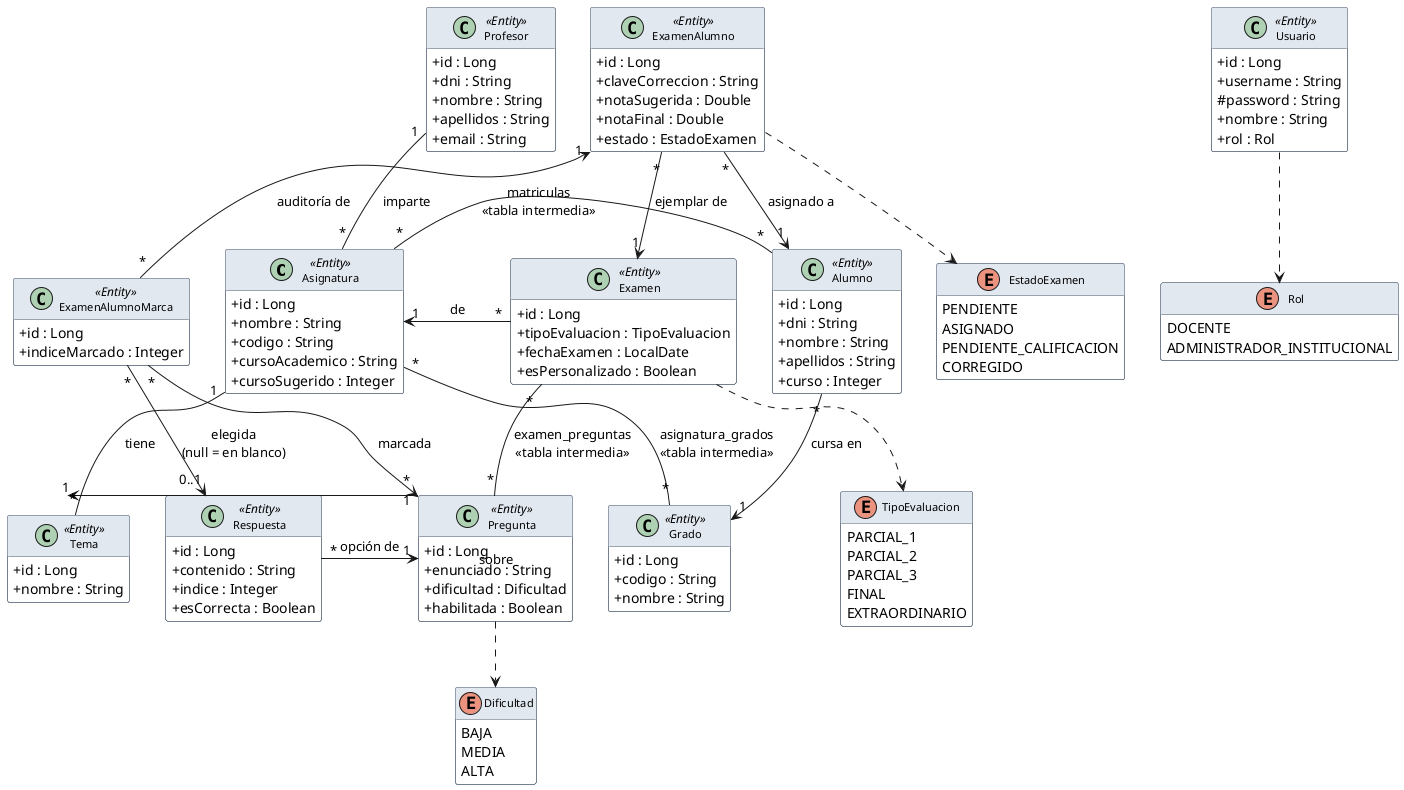
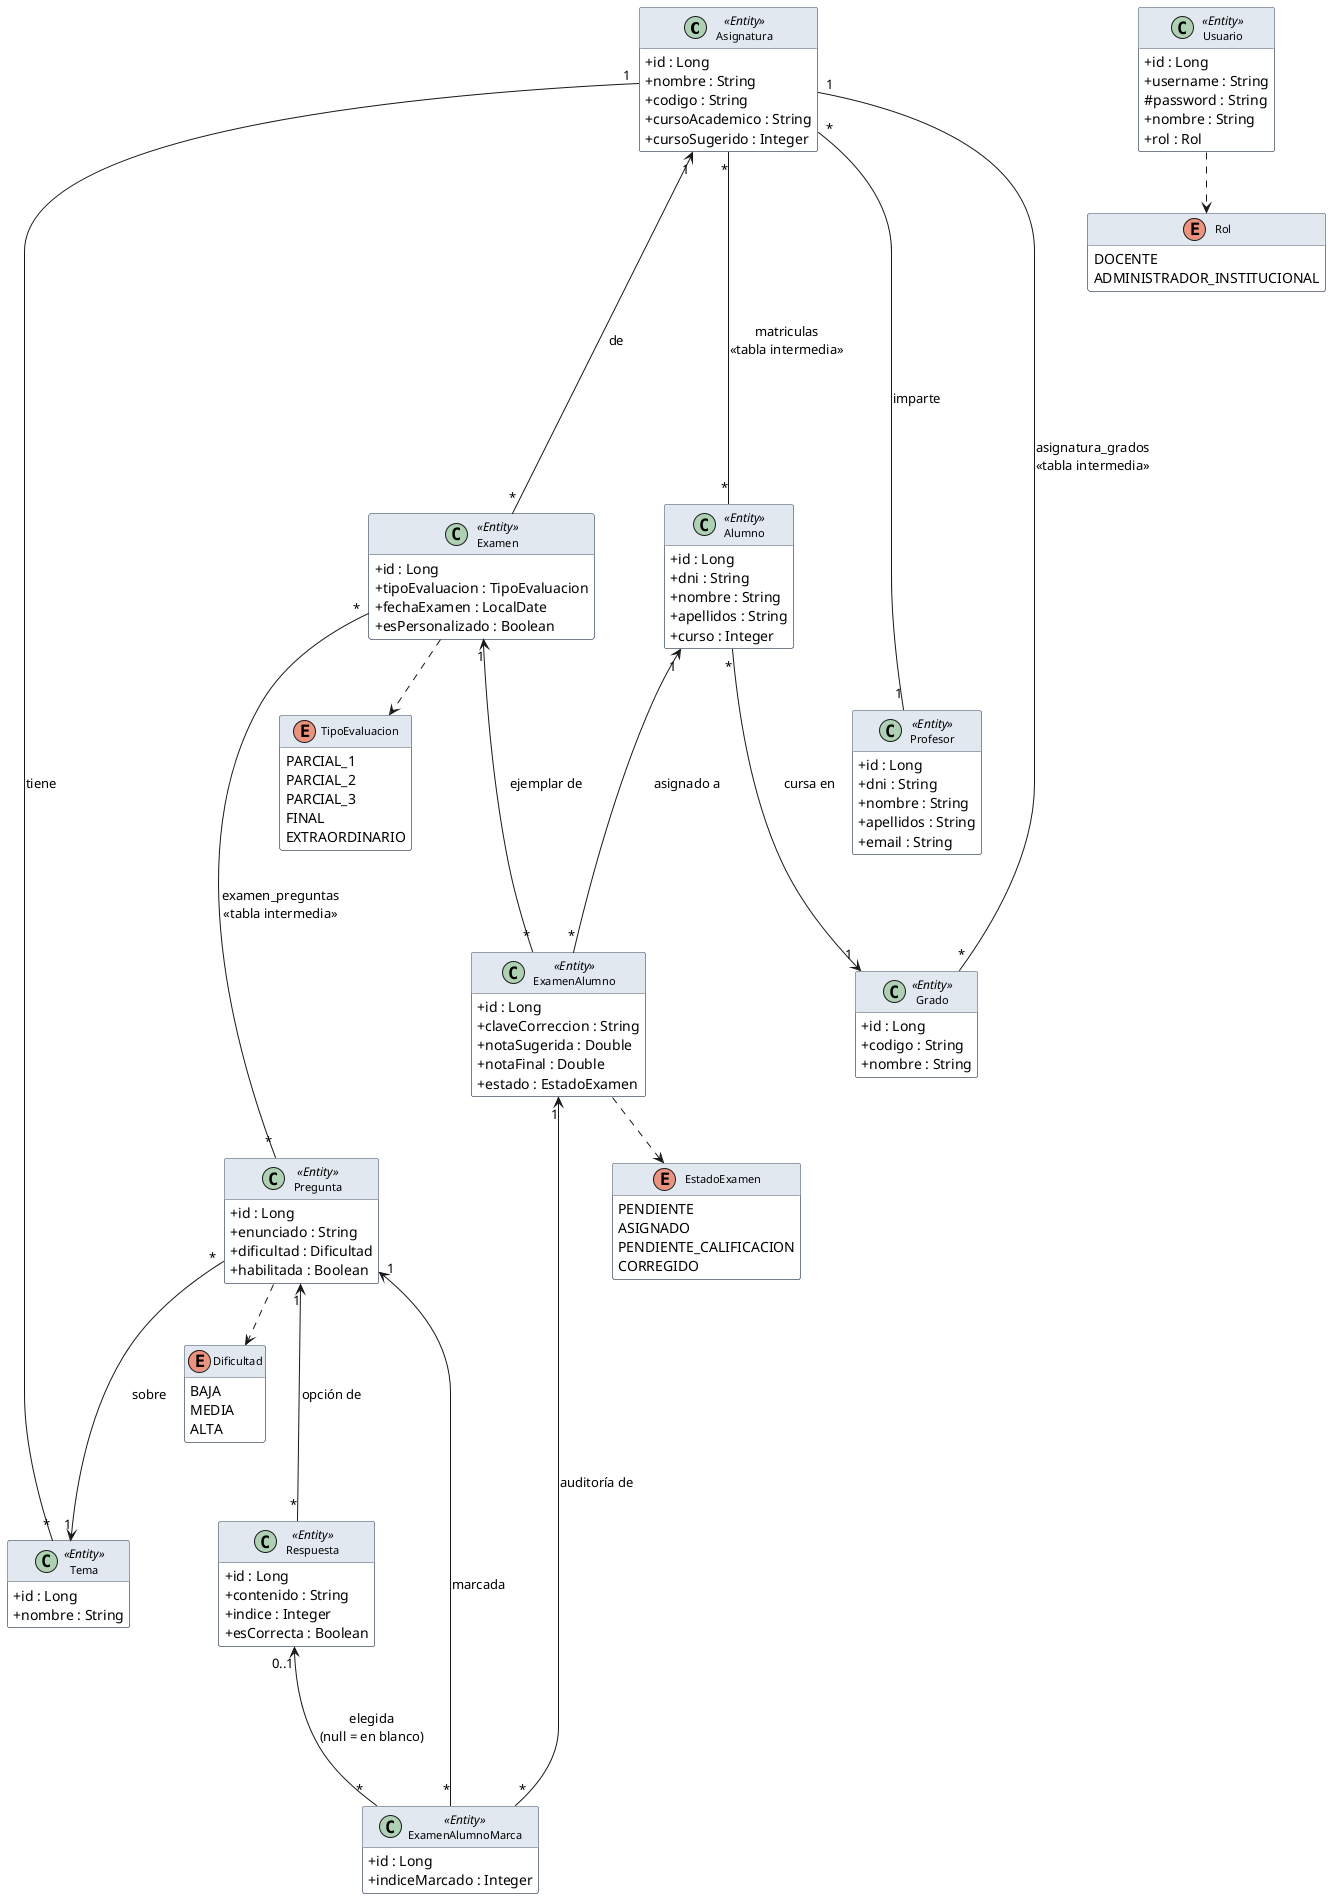
@startuml
skinparam classAttributeIconSize 0
skinparam class {
  BackgroundColor white
  BorderColor #475569
  HeaderBackgroundColor #e2e8f0
  FontName Arial
  FontSize 11
}
skinparam enum {
  BackgroundColor #fef9c3
  BorderColor #ca8a04
  FontName Arial
  FontSize 10
}
hide empty members

- ' ══ ENTIDADES (declaradas en orden de importancia) ══
+ ' ══ ENTIDADES ══

class Asignatura <<Entity>> {
  + id : Long
  + nombre : String
  + codigo : String
  + cursoAcademico : String
  + cursoSugerido : Integer
}

together {
  class Examen <<Entity>> {
    + id : Long
    + tipoEvaluacion : TipoEvaluacion
    + fechaExamen : LocalDate
    + esPersonalizado : Boolean
  }
  class Alumno <<Entity>> {
    + id : Long
    + dni : String
    + nombre : String
    + apellidos : String
    + curso : Integer
  }
}

together {
  class Profesor <<Entity>> {
    + id : Long
    + dni : String
    + nombre : String
    + apellidos : String
    + email : String
  }
  class ExamenAlumno <<Entity>> {
    + id : Long
    + claveCorreccion : String
    + notaSugerida : Double
    + notaFinal : Double
    + estado : EstadoExamen
  }
}

together {
  class Pregunta <<Entity>> {
    + id : Long
    + enunciado : String
    + dificultad : Dificultad
    + habilitada : Boolean
  }
  class Grado <<Entity>> {
    + id : Long
    + codigo : String
    + nombre : String
  }
}

together {
  class Tema <<Entity>> {
    + id : Long
    + nombre : String
  }
  class Respuesta <<Entity>> {
    + id : Long
    + contenido : String
    + indice : Integer
    + esCorrecta : Boolean
  }
}

class ExamenAlumnoMarca <<Entity>> {
  + id : Long
  + indiceMarcado : Integer
}

together {
  class Usuario <<Entity>> {
    + id : Long
    + username : String
    # password : String
    + nombre : String
    + rol : Rol
  }
  enum Rol {
    DOCENTE
    ADMINISTRADOR_INSTITUCIONAL
  }
}

enum TipoEvaluacion {
  PARCIAL_1
  PARCIAL_2
  PARCIAL_3
  FINAL
  EXTRAORDINARIO
}

enum EstadoExamen {
  PENDIENTE
  ASIGNADO
  PENDIENTE_CALIFICACION
  CORREGIDO
}

enum Dificultad {
  BAJA
  MEDIA
  ALTA
}

- ' ══ FLECHAS OCULTAS — fuerzan el orden vertical ══
- Asignatura    -[hidden]->  Examen
- Examen        -[hidden]->  Profesor
- Profesor      -[hidden]->  Pregunta
- Pregunta      -[hidden]->  Tema
- Tema          -[hidden]->  ExamenAlumnoMarca
+ ' ══ FLECHAS OCULTAS — anclan filas sin relación directa ══
+ Examen       -[hidden]d->  Profesor
+ ExamenAlumno -[hidden]d->  Pregunta
+ Profesor     -[hidden]d->  Grado

' ══ RELACIONES ══

' Auth
- Usuario       ..>  Rol
+ Usuario ..> Rol

- ' Asignatura como eje
- Examen        "*"  -->  "1"  Asignatura     : de
- Alumno        "*"  --   "*"  Asignatura     : matriculas\n<<tabla intermedia>>
- Profesor      "1"  --   "*"  Asignatura     : imparte
- Asignatura    "1"  --   "*"  Tema           : tiene
- Asignatura    "*"  --   "*"  Grado          : asignatura_grados\n<<tabla intermedia>>
+ ' Asignatura como eje central
+ Examen       "*"  --u->  "1"  Asignatura    : de
+ Alumno       "*"  --u--  "*"  Asignatura    : matriculas\n<<tabla intermedia>>
+ Profesor     "1"  --u--  "*"  Asignatura    : imparte
+ Asignatura   "1"  --d--  "*"  Grado         : asignatura_grados\n<<tabla intermedia>>
+ Asignatura   "1"  --d--  "*"  Tema          : tiene

' Alumno → Grado
- Alumno        "*"  -->  "1"  Grado          : cursa en
+ Alumno       "*"  --d->  "1"  Grado         : cursa en

' Contenido
- Pregunta      "*"  -->  "1"  Tema           : sobre
- Pregunta      ..>  Dificultad
- Respuesta     "*"  -->  "1"  Pregunta       : opción de
+ Pregunta     "*"  --d->  "1"  Tema          : sobre
+ Pregunta     ..>  Dificultad
+ Respuesta    "*"  --u->  "1"  Pregunta      : opción de

' Examen
- Examen        ..>  TipoEvaluacion
- Examen        "*"  --   "*"  Pregunta       : examen_preguntas\n<<tabla intermedia>>
+ Examen       ..>  TipoEvaluacion
+ Examen       "*"  --d--  "*"  Pregunta      : examen_preguntas\n<<tabla intermedia>>

' Ejemplar
- ExamenAlumno  ..>  EstadoExamen
- ExamenAlumno  "*"  -->  "1"  Examen         : ejemplar de
- ExamenAlumno  "*"  -->  "1"  Alumno         : asignado a
+ ExamenAlumno ..>  EstadoExamen
+ ExamenAlumno "*"  --u->  "1"  Examen        : ejemplar de
+ ExamenAlumno "*"  --u->  "1"  Alumno        : asignado a

' Auditoría
- ExamenAlumnoMarca  "*"  -->  "1"    ExamenAlumno  : auditoría de
- ExamenAlumnoMarca  "*"  -->  "1"    Pregunta      : marcada
- ExamenAlumnoMarca  "*"  -->  "0..1" Respuesta     : elegida\n(null = en blanco)
+ ExamenAlumnoMarca  "*"  --u->  "1"    ExamenAlumno  : auditoría de
+ ExamenAlumnoMarca  "*"  --u->  "1"    Pregunta      : marcada
+ ExamenAlumnoMarca  "*"  --u->  "0..1" Respuesta     : elegida\n(null = en blanco)

@enduml
